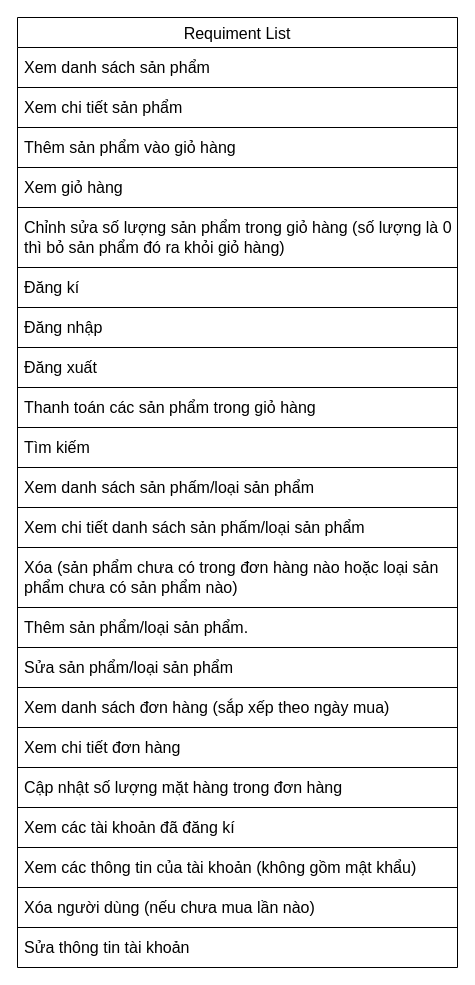
ThinhPham03/bookstore keeps this draw.io diagram as page "RequimentList" (1 of 4) of debai_sodo/Diagram-TKVXDPM.drawio. Above is the earlier version. Source tidied: cells renumbered, new cells numbered last; positions are measured from the earlier drawing's top-left corner, leaving out a move shared by most shapes. Both pictures are drawn from the tidied source at 100%, with x=0, y=0 at pixel (17, 17).
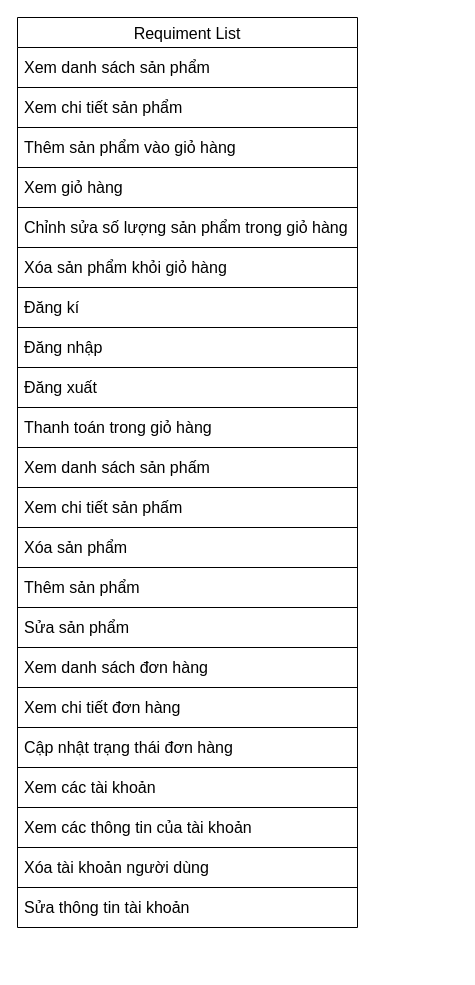
The same page after the edit.

The edit, as a diff of the source:
```diff
@@
     <mxCell id="2" value="Requiment List" style="shape=table;startSize=30;childLayout=tableLayout;strokeColor=default;fontSize=16;" parent="1" vertex="1">
-      <mxGeometry width="440" height="950" as="geometry" />
+      <mxGeometry width="340" height="910" as="geometry" />
     </mxCell>
     <mxCell id="3" style="shape=tableRow;horizontal=0;startSize=0;swimlaneHead=0;swimlaneBody=0;strokeColor=inherit;top=0;left=0;bottom=0;right=0;fillColor=none;fontSize=16;" parent="2" vertex="1">
-      <mxGeometry y="30" width="440" height="40" as="geometry" />
+      <mxGeometry y="30" width="340" height="40" as="geometry" />
     </mxCell>
     <mxCell id="4" value="Xem danh sách sản phẩm" style="shape=partialRectangle;html=1;whiteSpace=wrap;strokeColor=inherit;overflow=hidden;fillColor=none;top=0;left=0;bottom=0;right=0;fontSize=16;align=left;spacingLeft=5;" parent="3" vertex="1">
-      <mxGeometry width="440" height="40" as="geometry" />
+      <mxGeometry width="340" height="40" as="geometry" />
     </mxCell>
     <mxCell id="5" style="shape=tableRow;horizontal=0;startSize=0;swimlaneHead=0;swimlaneBody=0;strokeColor=inherit;top=0;left=0;bottom=0;right=0;fillColor=none;fontSize=16;" parent="2" vertex="1">
-      <mxGeometry y="70" width="440" height="40" as="geometry" />
+      <mxGeometry y="70" width="340" height="40" as="geometry" />
     </mxCell>
     <mxCell id="6" value="Xem chi tiết sản phẩm" style="shape=partialRectangle;html=1;whiteSpace=wrap;strokeColor=inherit;overflow=hidden;fillColor=none;top=0;left=0;bottom=0;right=0;fontSize=16;align=left;spacingLeft=5;" parent="5" vertex="1">
-      <mxGeometry width="440" height="40" as="geometry" />
+      <mxGeometry width="340" height="40" as="geometry" />
     </mxCell>
     <mxCell id="7" style="shape=tableRow;horizontal=0;startSize=0;swimlaneHead=0;swimlaneBody=0;strokeColor=inherit;top=0;left=0;bottom=0;right=0;fillColor=none;fontSize=16;" parent="2" vertex="1">
-      <mxGeometry y="110" width="440" height="40" as="geometry" />
+      <mxGeometry y="110" width="340" height="40" as="geometry" />
     </mxCell>
     <mxCell id="8" value="Thêm sản phẩm vào giỏ hàng" style="shape=partialRectangle;html=1;whiteSpace=wrap;strokeColor=inherit;overflow=hidden;fillColor=none;top=0;left=0;bottom=0;right=0;fontSize=16;align=left;spacingLeft=5;" parent="7" vertex="1">
-      <mxGeometry width="440" height="40" as="geometry" />
+      <mxGeometry width="340" height="40" as="geometry" />
     </mxCell>
     <mxCell id="9" style="shape=tableRow;horizontal=0;startSize=0;swimlaneHead=0;swimlaneBody=0;strokeColor=inherit;top=0;left=0;bottom=0;right=0;fillColor=none;fontSize=16;" parent="2" vertex="1">
-      <mxGeometry y="150" width="440" height="40" as="geometry" />
+      <mxGeometry y="150" width="340" height="40" as="geometry" />
     </mxCell>
     <mxCell id="10" value="Xem giỏ hàng" style="shape=partialRectangle;html=1;whiteSpace=wrap;strokeColor=inherit;overflow=hidden;fillColor=none;top=0;left=0;bottom=0;right=0;fontSize=16;align=left;spacingLeft=5;" parent="9" vertex="1">
-      <mxGeometry width="440" height="40" as="geometry" />
+      <mxGeometry width="340" height="40" as="geometry" />
     </mxCell>
     <mxCell id="11" style="shape=tableRow;horizontal=0;startSize=0;swimlaneHead=0;swimlaneBody=0;strokeColor=inherit;top=0;left=0;bottom=0;right=0;fillColor=none;fontSize=16;" parent="2" vertex="1">
-      <mxGeometry y="190" width="440" height="60" as="geometry" />
+      <mxGeometry y="190" width="340" height="40" as="geometry" />
     </mxCell>
-    <mxCell id="12" value="Chỉnh sửa số lượng sản phẩm trong giỏ hàng (số lượng là 0 thì bỏ sản phẩm đó ra khỏi giỏ hàng)" style="shape=partialRectangle;html=1;whiteSpace=wrap;strokeColor=inherit;overflow=hidden;fillColor=none;top=0;left=0;bottom=0;right=0;fontSize=16;align=left;spacingLeft=5;" parent="11" vertex="1">
-      <mxGeometry width="440" height="60" as="geometry" />
+    <mxCell id="12" value="Chỉnh sửa số lượng sản phẩm trong giỏ hàng" style="shape=partialRectangle;html=1;whiteSpace=wrap;strokeColor=inherit;overflow=hidden;fillColor=none;top=0;left=0;bottom=0;right=0;fontSize=16;align=left;spacingLeft=5;" parent="11" vertex="1">
+      <mxGeometry width="340" height="40" as="geometry" />
     </mxCell>
+    <mxCell id="47" style="shape=tableRow;horizontal=0;startSize=0;swimlaneHead=0;swimlaneBody=0;strokeColor=inherit;top=0;left=0;bottom=0;right=0;fillColor=none;fontSize=16;" parent="2" vertex="1">
+      <mxGeometry y="230" width="340" height="40" as="geometry" />
+    </mxCell>
+    <mxCell id="48" value="Xóa sản phẩm khỏi giỏ hàng" style="shape=partialRectangle;html=1;whiteSpace=wrap;strokeColor=inherit;overflow=hidden;fillColor=none;top=0;left=0;bottom=0;right=0;fontSize=16;align=left;spacingLeft=5;" parent="47" vertex="1">
+      <mxGeometry width="340" height="40" as="geometry" />
+    </mxCell>
     <mxCell id="13" style="shape=tableRow;horizontal=0;startSize=0;swimlaneHead=0;swimlaneBody=0;strokeColor=inherit;top=0;left=0;bottom=0;right=0;fillColor=none;fontSize=16;" parent="2" vertex="1">
-      <mxGeometry y="250" width="440" height="40" as="geometry" />
+      <mxGeometry y="270" width="340" height="40" as="geometry" />
     </mxCell>
     <mxCell id="14" value="Đăng kí" style="shape=partialRectangle;html=1;whiteSpace=wrap;strokeColor=inherit;overflow=hidden;fillColor=none;top=0;left=0;bottom=0;right=0;fontSize=16;align=left;spacingLeft=5;" parent="13" vertex="1">
-      <mxGeometry width="440" height="40" as="geometry" />
+      <mxGeometry width="340" height="40" as="geometry" />
     </mxCell>
     <mxCell id="15" style="shape=tableRow;horizontal=0;startSize=0;swimlaneHead=0;swimlaneBody=0;strokeColor=inherit;top=0;left=0;bottom=0;right=0;fillColor=none;fontSize=16;" parent="2" vertex="1">
-      <mxGeometry y="290" width="440" height="40" as="geometry" />
+      <mxGeometry y="310" width="340" height="40" as="geometry" />
     </mxCell>
     <mxCell id="16" value="Đăng nhập" style="shape=partialRectangle;html=1;whiteSpace=wrap;strokeColor=inherit;overflow=hidden;fillColor=none;top=0;left=0;bottom=0;right=0;fontSize=16;align=left;spacingLeft=5;" parent="15" vertex="1">
-      <mxGeometry width="440" height="40" as="geometry" />
+      <mxGeometry width="340" height="40" as="geometry" />
     </mxCell>
     <mxCell id="17" style="shape=tableRow;horizontal=0;startSize=0;swimlaneHead=0;swimlaneBody=0;strokeColor=inherit;top=0;left=0;bottom=0;right=0;fillColor=none;fontSize=16;" parent="2" vertex="1">
-      <mxGeometry y="330" width="440" height="40" as="geometry" />
+      <mxGeometry y="350" width="340" height="40" as="geometry" />
     </mxCell>
     <mxCell id="18" value="Đăng xuất" style="shape=partialRectangle;html=1;whiteSpace=wrap;strokeColor=inherit;overflow=hidden;fillColor=none;top=0;left=0;bottom=0;right=0;fontSize=16;align=left;spacingLeft=5;" parent="17" vertex="1">
-      <mxGeometry width="440" height="40" as="geometry" />
+      <mxGeometry width="340" height="40" as="geometry" />
     </mxCell>
     <mxCell id="19" style="shape=tableRow;horizontal=0;startSize=0;swimlaneHead=0;swimlaneBody=0;strokeColor=inherit;top=0;left=0;bottom=0;right=0;fillColor=none;fontSize=16;" parent="2" vertex="1">
-      <mxGeometry y="370" width="440" height="40" as="geometry" />
+      <mxGeometry y="390" width="340" height="40" as="geometry" />
     </mxCell>
-    <mxCell id="20" value="Thanh toán các sản phẩm trong giỏ hàng" style="shape=partialRectangle;html=1;whiteSpace=wrap;strokeColor=inherit;overflow=hidden;fillColor=none;top=0;left=0;bottom=0;right=0;fontSize=16;align=left;spacingLeft=5;" parent="19" vertex="1">
-      <mxGeometry width="440" height="40" as="geometry" />
+    <mxCell id="20" value="Thanh toán trong giỏ hàng" style="shape=partialRectangle;html=1;whiteSpace=wrap;strokeColor=inherit;overflow=hidden;fillColor=none;top=0;left=0;bottom=0;right=0;fontSize=16;align=left;spacingLeft=5;" parent="19" vertex="1">
+      <mxGeometry width="340" height="40" as="geometry" />
     </mxCell>
-    <mxCell id="21" style="shape=tableRow;horizontal=0;startSize=0;swimlaneHead=0;swimlaneBody=0;strokeColor=inherit;top=0;left=0;bottom=0;right=0;fillColor=none;fontSize=16;" parent="2" vertex="1">
-      <mxGeometry y="410" width="440" height="40" as="geometry" />
-    </mxCell>
-    <mxCell id="22" value="Tìm kiếm" style="shape=partialRectangle;html=1;whiteSpace=wrap;strokeColor=inherit;overflow=hidden;fillColor=none;top=0;left=0;bottom=0;right=0;fontSize=16;align=left;spacingLeft=5;" parent="21" vertex="1">
-      <mxGeometry width="440" height="40" as="geometry" />
-    </mxCell>
     <mxCell id="23" style="shape=tableRow;horizontal=0;startSize=0;swimlaneHead=0;swimlaneBody=0;strokeColor=inherit;top=0;left=0;bottom=0;right=0;fillColor=none;fontSize=16;" parent="2" vertex="1">
-      <mxGeometry y="450" width="440" height="40" as="geometry" />
+      <mxGeometry y="430" width="340" height="40" as="geometry" />
     </mxCell>
-    <mxCell id="24" value="Xem danh sách sản phấm/loại sản phẩm" style="shape=partialRectangle;html=1;whiteSpace=wrap;strokeColor=inherit;overflow=hidden;fillColor=none;top=0;left=0;bottom=0;right=0;fontSize=16;align=left;spacingLeft=5;" parent="23" vertex="1">
-      <mxGeometry width="440" height="40" as="geometry" />
+    <mxCell id="24" value="Xem danh sách sản phấm" style="shape=partialRectangle;html=1;whiteSpace=wrap;strokeColor=inherit;overflow=hidden;fillColor=none;top=0;left=0;bottom=0;right=0;fontSize=16;align=left;spacingLeft=5;" parent="23" vertex="1">
+      <mxGeometry width="340" height="40" as="geometry" />
     </mxCell>
     <mxCell id="25" style="shape=tableRow;horizontal=0;startSize=0;swimlaneHead=0;swimlaneBody=0;strokeColor=inherit;top=0;left=0;bottom=0;right=0;fillColor=none;fontSize=16;" parent="2" vertex="1">
-      <mxGeometry y="490" width="440" height="40" as="geometry" />
+      <mxGeometry y="470" width="340" height="40" as="geometry" />
     </mxCell>
-    <mxCell id="26" value="Xem chi tiết danh sách sản phấm/loại sản phẩm" style="shape=partialRectangle;html=1;whiteSpace=wrap;strokeColor=inherit;overflow=hidden;fillColor=none;top=0;left=0;bottom=0;right=0;fontSize=16;align=left;spacingLeft=5;" parent="25" vertex="1">
-      <mxGeometry width="440" height="40" as="geometry" />
+    <mxCell id="26" value="Xem chi tiết sản phấm" style="shape=partialRectangle;html=1;whiteSpace=wrap;strokeColor=inherit;overflow=hidden;fillColor=none;top=0;left=0;bottom=0;right=0;fontSize=16;align=left;spacingLeft=5;" parent="25" vertex="1">
+      <mxGeometry width="340" height="40" as="geometry" />
     </mxCell>
     <mxCell id="27" style="shape=tableRow;horizontal=0;startSize=0;swimlaneHead=0;swimlaneBody=0;strokeColor=inherit;top=0;left=0;bottom=0;right=0;fillColor=none;fontSize=16;" parent="2" vertex="1">
-      <mxGeometry y="530" width="440" height="60" as="geometry" />
+      <mxGeometry y="510" width="340" height="40" as="geometry" />
     </mxCell>
-    <mxCell id="28" value="Xóa (sản phẩm chưa có trong đơn hàng nào hoặc loại sản phẩm chưa có sản phẩm nào)" style="shape=partialRectangle;html=1;whiteSpace=wrap;strokeColor=inherit;overflow=hidden;fillColor=none;top=0;left=0;bottom=0;right=0;fontSize=16;align=left;spacingLeft=5;" parent="27" vertex="1">
-      <mxGeometry width="440" height="60" as="geometry" />
+    <mxCell id="28" value="Xóa sản phẩm" style="shape=partialRectangle;html=1;whiteSpace=wrap;strokeColor=inherit;overflow=hidden;fillColor=none;top=0;left=0;bottom=0;right=0;fontSize=16;align=left;spacingLeft=5;" parent="27" vertex="1">
+      <mxGeometry width="340" height="40" as="geometry" />
     </mxCell>
     <mxCell id="29" style="shape=tableRow;horizontal=0;startSize=0;swimlaneHead=0;swimlaneBody=0;strokeColor=inherit;top=0;left=0;bottom=0;right=0;fillColor=none;fontSize=16;" parent="2" vertex="1">
-      <mxGeometry y="590" width="440" height="40" as="geometry" />
+      <mxGeometry y="550" width="340" height="40" as="geometry" />
     </mxCell>
-    <mxCell id="30" value="Thêm sản phẩm/loại sản phẩm." style="shape=partialRectangle;html=1;whiteSpace=wrap;strokeColor=inherit;overflow=hidden;fillColor=none;top=0;left=0;bottom=0;right=0;fontSize=16;align=left;spacingLeft=5;" parent="29" vertex="1">
-      <mxGeometry width="440" height="40" as="geometry" />
+    <mxCell id="30" value="Thêm sản phẩm" style="shape=partialRectangle;html=1;whiteSpace=wrap;strokeColor=inherit;overflow=hidden;fillColor=none;top=0;left=0;bottom=0;right=0;fontSize=16;align=left;spacingLeft=5;" parent="29" vertex="1">
+      <mxGeometry width="340" height="40" as="geometry" />
     </mxCell>
     <mxCell id="31" style="shape=tableRow;horizontal=0;startSize=0;swimlaneHead=0;swimlaneBody=0;strokeColor=inherit;top=0;left=0;bottom=0;right=0;fillColor=none;fontSize=16;" parent="2" vertex="1">
-      <mxGeometry y="630" width="440" height="40" as="geometry" />
+      <mxGeometry y="590" width="340" height="40" as="geometry" />
     </mxCell>
-    <mxCell id="32" value="Sửa sản phẩm/loại sản phẩm" style="shape=partialRectangle;html=1;whiteSpace=wrap;strokeColor=inherit;overflow=hidden;fillColor=none;top=0;left=0;bottom=0;right=0;fontSize=16;align=left;spacingLeft=5;" parent="31" vertex="1">
-      <mxGeometry width="440" height="40" as="geometry" />
+    <mxCell id="32" value="Sửa sản phẩm" style="shape=partialRectangle;html=1;whiteSpace=wrap;strokeColor=inherit;overflow=hidden;fillColor=none;top=0;left=0;bottom=0;right=0;fontSize=16;align=left;spacingLeft=5;" parent="31" vertex="1">
+      <mxGeometry width="340" height="40" as="geometry" />
     </mxCell>
     <mxCell id="33" style="shape=tableRow;horizontal=0;startSize=0;swimlaneHead=0;swimlaneBody=0;strokeColor=inherit;top=0;left=0;bottom=0;right=0;fillColor=none;fontSize=16;" parent="2" vertex="1">
-      <mxGeometry y="670" width="440" height="40" as="geometry" />
+      <mxGeometry y="630" width="340" height="40" as="geometry" />
     </mxCell>
-    <mxCell id="34" value="Xem danh sách đơn hàng (sắp xếp theo ngày mua)" style="shape=partialRectangle;html=1;whiteSpace=wrap;strokeColor=inherit;overflow=hidden;fillColor=none;top=0;left=0;bottom=0;right=0;fontSize=16;align=left;spacingLeft=5;" parent="33" vertex="1">
-      <mxGeometry width="440" height="40" as="geometry" />
+    <mxCell id="34" value="Xem danh sách đơn hàng" style="shape=partialRectangle;html=1;whiteSpace=wrap;strokeColor=inherit;overflow=hidden;fillColor=none;top=0;left=0;bottom=0;right=0;fontSize=16;align=left;spacingLeft=5;" parent="33" vertex="1">
+      <mxGeometry width="340" height="40" as="geometry" />
     </mxCell>
     <mxCell id="35" style="shape=tableRow;horizontal=0;startSize=0;swimlaneHead=0;swimlaneBody=0;strokeColor=inherit;top=0;left=0;bottom=0;right=0;fillColor=none;fontSize=16;" parent="2" vertex="1">
-      <mxGeometry y="710" width="440" height="40" as="geometry" />
+      <mxGeometry y="670" width="340" height="40" as="geometry" />
     </mxCell>
     <mxCell id="36" value="Xem chi tiết đơn hàng" style="shape=partialRectangle;html=1;whiteSpace=wrap;strokeColor=inherit;overflow=hidden;fillColor=none;top=0;left=0;bottom=0;right=0;fontSize=16;align=left;spacingLeft=5;" parent="35" vertex="1">
-      <mxGeometry width="440" height="40" as="geometry" />
+      <mxGeometry width="340" height="40" as="geometry" />
     </mxCell>
     <mxCell id="37" style="shape=tableRow;horizontal=0;startSize=0;swimlaneHead=0;swimlaneBody=0;strokeColor=inherit;top=0;left=0;bottom=0;right=0;fillColor=none;fontSize=16;" parent="2" vertex="1">
-      <mxGeometry y="750" width="440" height="40" as="geometry" />
+      <mxGeometry y="710" width="340" height="40" as="geometry" />
     </mxCell>
-    <mxCell id="38" value="Cập nhật số lượng mặt hàng trong đơn hàng" style="shape=partialRectangle;html=1;whiteSpace=wrap;strokeColor=inherit;overflow=hidden;fillColor=none;top=0;left=0;bottom=0;right=0;fontSize=16;align=left;spacingLeft=5;" parent="37" vertex="1">
-      <mxGeometry width="440" height="40" as="geometry" />
+    <mxCell id="38" value="Cập nhật trạng thái đơn hàng" style="shape=partialRectangle;html=1;whiteSpace=wrap;strokeColor=inherit;overflow=hidden;fillColor=none;top=0;left=0;bottom=0;right=0;fontSize=16;align=left;spacingLeft=5;" parent="37" vertex="1">
+      <mxGeometry width="340" height="40" as="geometry" />
     </mxCell>
     <mxCell id="39" style="shape=tableRow;horizontal=0;startSize=0;swimlaneHead=0;swimlaneBody=0;strokeColor=inherit;top=0;left=0;bottom=0;right=0;fillColor=none;fontSize=16;" parent="2" vertex="1">
-      <mxGeometry y="790" width="440" height="40" as="geometry" />
+      <mxGeometry y="750" width="340" height="40" as="geometry" />
     </mxCell>
-    <mxCell id="40" value="Xem các tài khoản đã đăng kí" style="shape=partialRectangle;html=1;whiteSpace=wrap;strokeColor=inherit;overflow=hidden;fillColor=none;top=0;left=0;bottom=0;right=0;fontSize=16;align=left;spacingLeft=5;" parent="39" vertex="1">
-      <mxGeometry width="440" height="40" as="geometry" />
+    <mxCell id="40" value="Xem các tài khoản" style="shape=partialRectangle;html=1;whiteSpace=wrap;strokeColor=inherit;overflow=hidden;fillColor=none;top=0;left=0;bottom=0;right=0;fontSize=16;align=left;spacingLeft=5;" parent="39" vertex="1">
+      <mxGeometry width="340" height="40" as="geometry" />
     </mxCell>
     <mxCell id="41" style="shape=tableRow;horizontal=0;startSize=0;swimlaneHead=0;swimlaneBody=0;strokeColor=inherit;top=0;left=0;bottom=0;right=0;fillColor=none;fontSize=16;" parent="2" vertex="1">
-      <mxGeometry y="830" width="440" height="40" as="geometry" />
+      <mxGeometry y="790" width="340" height="40" as="geometry" />
     </mxCell>
-    <mxCell id="42" value="Xem các thông tin của tài khoản (không gồm mật khẩu)" style="shape=partialRectangle;html=1;whiteSpace=wrap;strokeColor=inherit;overflow=hidden;fillColor=none;top=0;left=0;bottom=0;right=0;fontSize=16;align=left;spacingLeft=5;" parent="41" vertex="1">
-      <mxGeometry width="440" height="40" as="geometry" />
+    <mxCell id="42" value="Xem các thông tin của tài khoản" style="shape=partialRectangle;html=1;whiteSpace=wrap;strokeColor=inherit;overflow=hidden;fillColor=none;top=0;left=0;bottom=0;right=0;fontSize=16;align=left;spacingLeft=5;" parent="41" vertex="1">
+      <mxGeometry width="340" height="40" as="geometry" />
     </mxCell>
     <mxCell id="43" style="shape=tableRow;horizontal=0;startSize=0;swimlaneHead=0;swimlaneBody=0;strokeColor=inherit;top=0;left=0;bottom=0;right=0;fillColor=none;fontSize=16;" parent="2" vertex="1">
-      <mxGeometry y="870" width="440" height="40" as="geometry" />
+      <mxGeometry y="830" width="340" height="40" as="geometry" />
     </mxCell>
-    <mxCell id="44" value="Xóa người dùng (nếu chưa mua lần nào)" style="shape=partialRectangle;html=1;whiteSpace=wrap;strokeColor=inherit;overflow=hidden;fillColor=none;top=0;left=0;bottom=0;right=0;fontSize=16;align=left;spacingLeft=5;" parent="43" vertex="1">
-      <mxGeometry width="440" height="40" as="geometry" />
+    <mxCell id="44" value="Xóa tài khoản người dùng" style="shape=partialRectangle;html=1;whiteSpace=wrap;strokeColor=inherit;overflow=hidden;fillColor=none;top=0;left=0;bottom=0;right=0;fontSize=16;align=left;spacingLeft=5;" parent="43" vertex="1">
+      <mxGeometry width="340" height="40" as="geometry" />
     </mxCell>
     <mxCell id="45" style="shape=tableRow;horizontal=0;startSize=0;swimlaneHead=0;swimlaneBody=0;strokeColor=inherit;top=0;left=0;bottom=0;right=0;fillColor=none;fontSize=16;" parent="2" vertex="1">
-      <mxGeometry y="910" width="440" height="40" as="geometry" />
+      <mxGeometry y="870" width="340" height="40" as="geometry" />
     </mxCell>
     <mxCell id="46" value="Sửa thông tin tài khoản" style="shape=partialRectangle;html=1;whiteSpace=wrap;strokeColor=inherit;overflow=hidden;fillColor=none;top=0;left=0;bottom=0;right=0;fontSize=16;align=left;spacingLeft=5;" parent="45" vertex="1">
-      <mxGeometry width="440" height="40" as="geometry" />
+      <mxGeometry width="340" height="40" as="geometry" />
     </mxCell>
```
